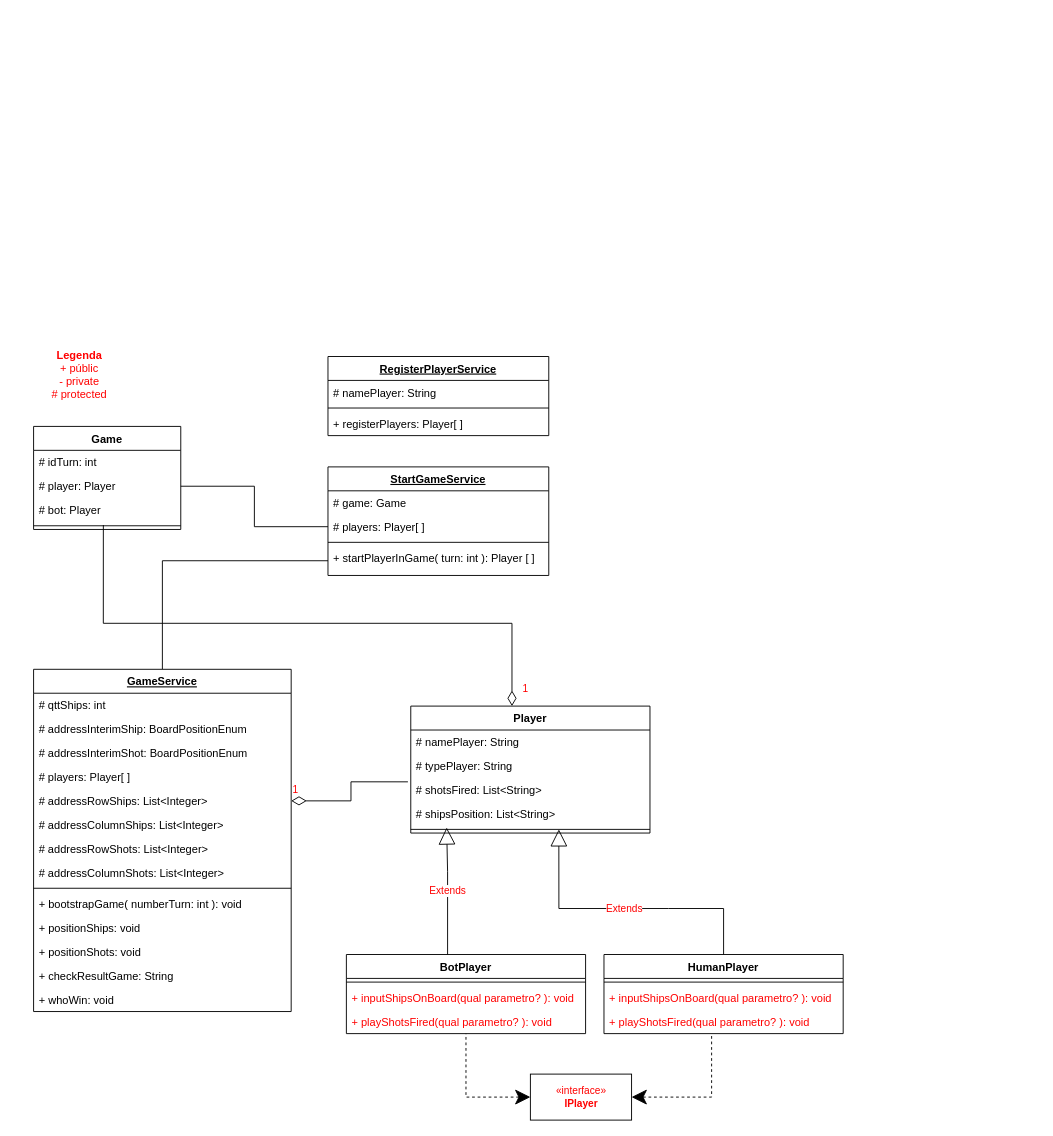
Earlier version of the draw.io diagram src/com/letscode/battleship/lib/UML.drawio (darccelio/desafioLetsCode-Java-Battleship). Source tidied: cells renumbered, new cells numbered last; positions are measured from the earlier drawing's top-left corner, leaving out a move shared by most shapes. Both pictures are drawn from the tidied source at 92%, with x=0, y=0 at pixel (24, 347).
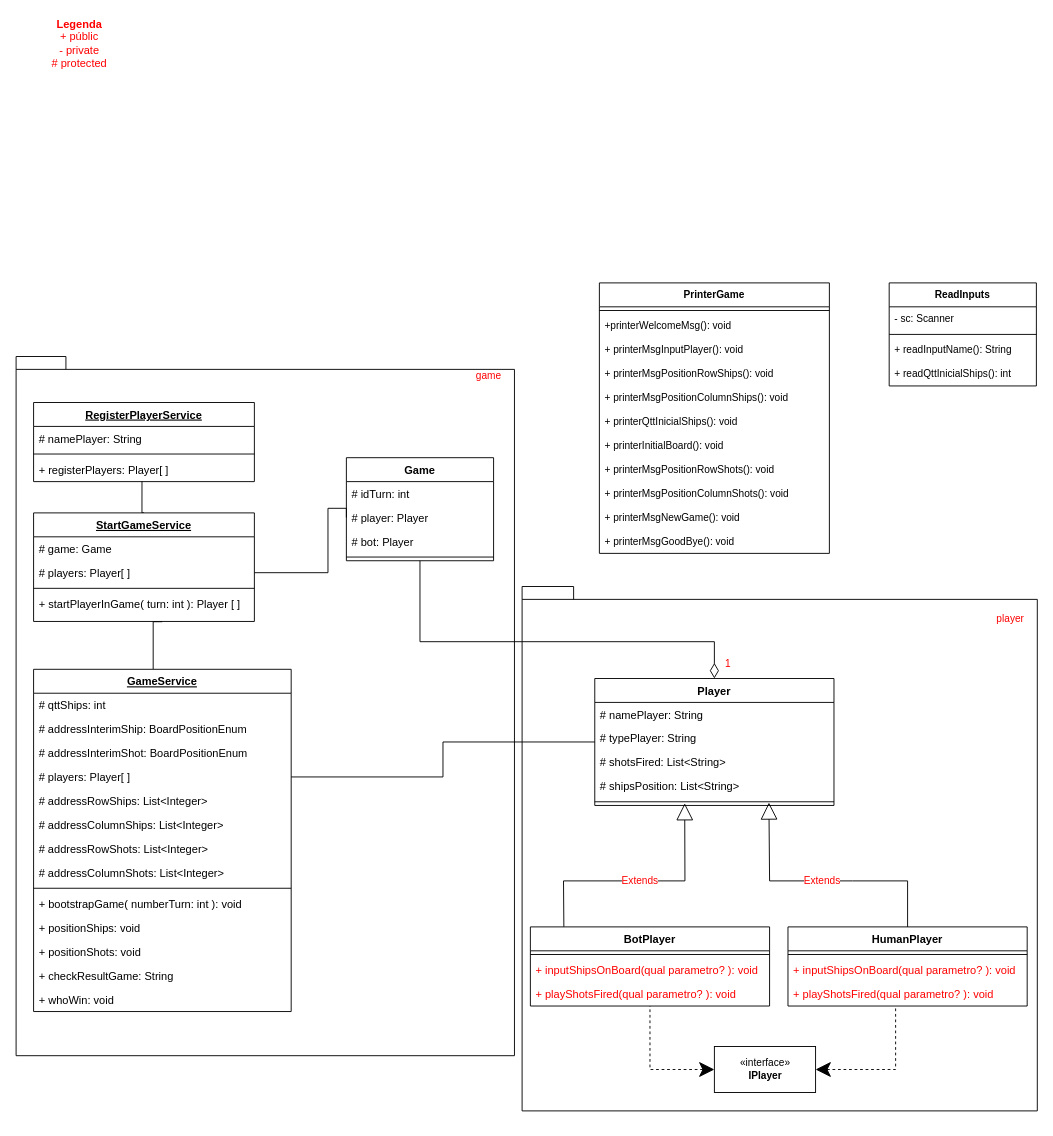
The same page after the edit.

Commit message (it also covers changes not shown here):
feat: fechando a classe scanner

The change refers to these unchanged cells:
```xml
<mxCell id="3" value="GameService" style="swimlane;fontStyle=5;align=center;verticalAlign=top;horizontal=1;startSize=26;" parent="1" vertex="1">
  <mxGeometry x="10" y="350" width="280" height="372" as="geometry" />
</mxCell>
<mxCell id="7" value="# players: Player[ ]&#10;" style="text;strokeColor=none;fillColor=none;align=left;verticalAlign=top;spacingLeft=4;spacingRight=4;overflow=hidden;points=[[0,0.5],[1,0.5]];portConstraint=eastwest;fontColor=#000000;" parent="3" vertex="1">
  <mxGeometry y="104" width="280" height="26" as="geometry" />
</mxCell>
<mxCell id="8" value="# addressRowShips: List&lt;Integer&gt;" style="text;strokeColor=none;fillColor=none;align=left;verticalAlign=top;spacingLeft=4;spacingRight=4;overflow=hidden;points=[[0,0.5],[1,0.5]];portConstraint=eastwest;" parent="3" vertex="1">
  <mxGeometry y="130" width="280" height="26" as="geometry" />
</mxCell>
<mxCell id="21" value="# player: Player" style="text;strokeColor=none;fillColor=none;align=left;verticalAlign=top;spacingLeft=4;spacingRight=4;overflow=hidden;points=[[0,0.5],[1,0.5]];portConstraint=eastwest;fontColor=#000000;" parent="19" vertex="1">
  <mxGeometry y="52" width="160" height="26" as="geometry" />
</mxCell>
<mxCell id="23" style="line;strokeWidth=1;fillColor=none;align=left;verticalAlign=middle;spacingTop=-1;spacingLeft=3;spacingRight=3;labelPosition=right;points=[];portConstraint=eastwest;fontColor=#000000;" parent="19" vertex="1">
  <mxGeometry y="104" width="160" height="8" as="geometry" />
</mxCell>
<mxCell id="30" value="# players: Player[ ]" style="text;strokeColor=none;fillColor=none;align=left;verticalAlign=top;spacingLeft=4;spacingRight=4;overflow=hidden;points=[[0,0.5],[1,0.5]];portConstraint=eastwest;fontColor=#000000;" parent="28" vertex="1">
  <mxGeometry y="52" width="240" height="26" as="geometry" />
</mxCell>
<mxCell id="32" value="+ startPlayerInGame( turn: int ): Player [ ]" style="text;strokeColor=none;fillColor=none;align=left;verticalAlign=top;spacingLeft=4;spacingRight=4;overflow=hidden;points=[[0,0.5],[1,0.5]];portConstraint=eastwest;fontColor=#000000;" parent="28" vertex="1">
  <mxGeometry y="86" width="240" height="32" as="geometry" />
</mxCell>
<mxCell id="36" value="# shotsFired: List&lt;String&gt;" style="text;strokeColor=none;fillColor=none;align=left;verticalAlign=top;spacingLeft=4;spacingRight=4;overflow=hidden;points=[[0,0.5],[1,0.5]];portConstraint=eastwest;fontColor=#000000;" parent="33" vertex="1">
  <mxGeometry y="78" width="260" height="26" as="geometry" />
</mxCell>
<mxCell id="37" value="# shipsPosition: List&lt;String&gt;" style="text;strokeColor=none;fillColor=none;align=left;verticalAlign=top;spacingLeft=4;spacingRight=4;overflow=hidden;points=[[0,0.5],[1,0.5]];portConstraint=eastwest;fontColor=#000000;" parent="33" vertex="1">
  <mxGeometry y="104" width="260" height="26" as="geometry" />
</mxCell>
<mxCell id="38" style="line;strokeWidth=1;fillColor=none;align=left;verticalAlign=middle;spacingTop=-1;spacingLeft=3;spacingRight=3;labelPosition=right;points=[];portConstraint=eastwest;fontColor=#000000;" parent="33" vertex="1">
  <mxGeometry y="130" width="260" height="8" as="geometry" />
</mxCell>
<mxCell id="42" value="+ playShotsFired(qual parametro? ): void" style="text;strokeColor=none;fillColor=none;align=left;verticalAlign=top;spacingLeft=4;spacingRight=4;overflow=hidden;points=[[0,0.5],[1,0.5]];portConstraint=eastwest;fontColor=#FF0000;" parent="39" vertex="1">
  <mxGeometry y="60" width="260" height="26" as="geometry" />
</mxCell>
```

Diff of the diagram source:
```diff
@@
+    <mxCell id="55" style="group;" parent="1" vertex="1">
+      <mxGeometry x="541" y="260" width="560" height="570" as="geometry" />
+    </mxCell>
+    <mxCell id="56" style="shape=folder;fontStyle=1;spacingTop=10;tabWidth=40;tabHeight=14;tabPosition=left;html=1;fontFamily=Helvetica;fontSize=11;fontColor=#FF0000;" parent="55" vertex="1">
+      <mxGeometry width="560" height="570" as="geometry" />
+    </mxCell>
+    <mxCell id="57" value="player" style="text;html=1;strokeColor=none;fillColor=none;align=center;verticalAlign=middle;whiteSpace=wrap;rounded=0;fontFamily=Helvetica;fontSize=11;fontColor=#FF0000;" parent="55" vertex="1">
+      <mxGeometry x="502.1" y="20" width="57.9" height="30" as="geometry" />
+    </mxCell>
+    <mxCell id="58" style="group;" parent="1" vertex="1">
+      <mxGeometry x="-9" y="10" width="560" height="760" as="geometry" />
+    </mxCell>
+    <mxCell id="59" style="shape=folder;fontStyle=1;spacingTop=10;tabWidth=40;tabHeight=14;tabPosition=left;html=1;fontFamily=Helvetica;fontSize=11;fontColor=#FF0000;" parent="58" vertex="1">
+      <mxGeometry width="541.7" height="760" as="geometry" />
+    </mxCell>
+    <mxCell id="60" value="game" style="text;html=1;strokeColor=none;fillColor=none;align=center;verticalAlign=middle;whiteSpace=wrap;rounded=0;fontFamily=Helvetica;fontSize=11;fontColor=#FF0000;" parent="58" vertex="1">
+      <mxGeometry x="479" y="10" width="70" height="22.9" as="geometry" />
+    </mxCell>
+    <mxCell id="24" value="RegisterPlayerService" style="swimlane;fontStyle=5;align=center;verticalAlign=top;horizontal=1;startSize=26;fontColor=#000000;" parent="58" vertex="1">
+      <mxGeometry x="19" y="50" width="240" height="86" as="geometry" />
+    </mxCell>
+    <mxCell id="25" value="# namePlayer: String" style="text;strokeColor=none;fillColor=none;align=left;verticalAlign=top;spacingLeft=4;spacingRight=4;overflow=hidden;fontColor=#000000;" parent="24" vertex="1">
+      <mxGeometry y="26" width="240" height="26" as="geometry" />
+    </mxCell>
+    <mxCell id="26" style="line;strokeWidth=1;fillColor=none;align=left;verticalAlign=middle;spacingTop=-1;spacingLeft=3;spacingRight=3;labelPosition=right;fontColor=#000000;" parent="24" vertex="1">
+      <mxGeometry y="52" width="240" height="8" as="geometry" />
+    </mxCell>
+    <mxCell id="27" value="+ registerPlayers: Player[ ]" style="text;strokeColor=none;fillColor=none;align=left;verticalAlign=top;spacingLeft=4;spacingRight=4;overflow=hidden;points=[[0,0.5],[1,0.5]];portConstraint=eastwest;fontColor=#000000;" parent="24" vertex="1">
+      <mxGeometry y="60" width="240" height="26" as="geometry" />
+    </mxCell>
-    <mxCell id="2" style="edgeStyle=orthogonalEdgeStyle;shape=connector;rounded=0;jumpStyle=none;jettySize=auto;html=1;labelBackgroundColor=default;fontFamily=Helvetica;fontSize=11;fontColor=#FF0000;startArrow=none;startFill=0;endArrow=none;startSize=14;endSize=12;strokeColor=default;endFill=0;" parent="1" edge="1" source="3" target="32">
-      <mxGeometry relative="1" as="geometry" />
+    <mxCell id="2" style="edgeStyle=orthogonalEdgeStyle;shape=connector;rounded=0;jumpStyle=none;jettySize=auto;html=1;labelBackgroundColor=default;fontFamily=Helvetica;fontSize=11;fontColor=#FF0000;startArrow=none;startFill=0;endArrow=none;startSize=14;endSize=12;strokeColor=default;endFill=0;entryX=0.583;entryY=1.008;entryDx=0;entryDy=0;entryPerimeter=0;" parent="1" edge="1" source="3" target="32">
+      <mxGeometry relative="1" as="geometry">
+        <Array as="points">
+          <mxPoint x="140" y="298" />
+        </Array>
+      </mxGeometry>
     </mxCell>
@@
     <mxCell id="18" value="&lt;font color=&quot;#ff0000&quot;&gt;&lt;b&gt;Legenda&lt;/b&gt;&lt;br&gt;+ públic&lt;br&gt;- private&lt;br&gt;# protected&lt;/font&gt;" style="text;html=1;strokeColor=none;fillColor=none;align=center;verticalAlign=middle;whiteSpace=wrap;rounded=0;" parent="1" vertex="1">
-      <mxGeometry width="120" height="60" as="geometry" />
+      <mxGeometry y="-360" width="120" height="60" as="geometry" />
     </mxCell>
     <mxCell id="19" value="Game" style="swimlane;fontStyle=1;align=center;verticalAlign=top;horizontal=1;startSize=26;fontColor=#000000;" parent="1" vertex="1">
-      <mxGeometry x="10" y="86" width="160" height="112" as="geometry" />
+      <mxGeometry x="350" y="120" width="160" height="112" as="geometry" />
     </mxCell>
@@
-    <mxCell id="24" value="RegisterPlayerService" style="swimlane;fontStyle=5;align=center;verticalAlign=top;horizontal=1;startSize=26;fontColor=#000000;" parent="1" vertex="1">
-      <mxGeometry x="330" y="10" width="240" height="86" as="geometry" />
-    </mxCell>
-    <mxCell id="25" value="# namePlayer: String" style="text;strokeColor=none;fillColor=none;align=left;verticalAlign=top;spacingLeft=4;spacingRight=4;overflow=hidden;fontColor=#000000;" parent="24" vertex="1">
-      <mxGeometry y="26" width="240" height="26" as="geometry" />
-    </mxCell>
-    <mxCell id="26" style="line;strokeWidth=1;fillColor=none;align=left;verticalAlign=middle;spacingTop=-1;spacingLeft=3;spacingRight=3;labelPosition=right;fontColor=#000000;" parent="24" vertex="1">
-      <mxGeometry y="52" width="240" height="8" as="geometry" />
-    </mxCell>
-    <mxCell id="27" value="+ registerPlayers: Player[ ]" style="text;strokeColor=none;fillColor=none;align=left;verticalAlign=top;spacingLeft=4;spacingRight=4;overflow=hidden;points=[[0,0.5],[1,0.5]];portConstraint=eastwest;fontColor=#000000;" parent="24" vertex="1">
-      <mxGeometry y="60" width="240" height="26" as="geometry" />
-    </mxCell>
+    <mxCell id="61" style="edgeStyle=orthogonalEdgeStyle;shape=connector;rounded=0;jumpStyle=none;jettySize=auto;html=1;exitX=0.5;exitY=0;exitDx=0;exitDy=0;entryX=0.491;entryY=0.985;entryDx=0;entryDy=0;entryPerimeter=0;labelBackgroundColor=default;fontFamily=Helvetica;fontSize=11;fontColor=#FF0000;startArrow=none;startFill=0;endArrow=none;endFill=0;startSize=14;endSize=12;strokeColor=default;" parent="1" edge="1" source="28" target="27">
+      <mxGeometry relative="1" as="geometry">
+        <Array as="points">
+          <mxPoint x="128" y="180" />
+        </Array>
+      </mxGeometry>
+    </mxCell>
     <mxCell id="28" value="StartGameService" style="swimlane;fontStyle=5;align=center;verticalAlign=top;horizontal=1;startSize=26;fontColor=#000000;" parent="1" vertex="1">
-      <mxGeometry x="330" y="130" width="240" height="118" as="geometry" />
+      <mxGeometry x="10" y="180" width="240" height="118" as="geometry" />
     </mxCell>
@@
+    <mxCell id="62" style="edgeStyle=orthogonalEdgeStyle;shape=connector;rounded=0;jumpStyle=none;jettySize=auto;html=1;entryX=1;entryY=0.5;entryDx=0;entryDy=0;labelBackgroundColor=default;fontFamily=Helvetica;fontSize=11;fontColor=#FF0000;startArrow=none;startFill=0;endArrow=none;endFill=0;startSize=14;endSize=12;strokeColor=default;" parent="1" edge="1" source="33" target="7">
+      <mxGeometry relative="1" as="geometry" />
+    </mxCell>
     <mxCell id="33" value="Player" style="swimlane;fontStyle=1;align=center;verticalAlign=top;horizontal=1;startSize=26;fontColor=#000000;" parent="1" vertex="1">
-      <mxGeometry x="420" y="390" width="260" height="138" as="geometry" />
+      <mxGeometry x="620" y="360" width="260" height="138" as="geometry" />
     </mxCell>
@@
     <mxCell id="39" value="BotPlayer" style="swimlane;fontStyle=1;align=center;verticalAlign=top;horizontal=1;startSize=26;fontColor=#000000;" parent="1" vertex="1">
-      <mxGeometry x="350" y="660" width="260" height="86" as="geometry" />
+      <mxGeometry x="550" y="630" width="260" height="86" as="geometry" />
     </mxCell>
@@
-    <mxCell id="43" value="Extends" style="endArrow=block;endSize=16;endFill=0;html=1;rounded=0;fontColor=#FF0000;entryX=0.15;entryY=1.076;entryDx=0;entryDy=0;entryPerimeter=0;" parent="1" edge="1" target="37">
+    <mxCell id="43" value="Extends" style="endArrow=block;endSize=16;endFill=0;html=1;rounded=0;fontColor=#FF0000;entryX=0.376;entryY=0.702;entryDx=0;entryDy=0;entryPerimeter=0;exitX=0.14;exitY=-0.001;exitDx=0;exitDy=0;exitPerimeter=0;" parent="1" edge="1" source="39" target="38">
       <mxGeometry relative="1" as="geometry">
-        <mxPoint x="460" y="660" as="sourcePoint" />
         <Array as="points">
-          <mxPoint x="460" y="570" />
+          <mxPoint x="586" y="580" />
+          <mxPoint x="718" y="580" />
         </Array>
       </mxGeometry>
     </mxCell>
-    <mxCell id="44" value="1" style="endArrow=none;html=1;endSize=12;startArrow=diamondThin;startSize=14;startFill=0;edgeStyle=orthogonalEdgeStyle;align=left;verticalAlign=bottom;rounded=0;fontColor=#FF0000;jumpStyle=none;entryX=0.474;entryY=0.397;entryDx=0;entryDy=0;entryPerimeter=0;endFill=0;" parent="1" edge="1" target="23">
+    <mxCell id="44" value="1" style="endArrow=none;html=1;endSize=12;startArrow=diamondThin;startSize=14;startFill=0;edgeStyle=orthogonalEdgeStyle;align=left;verticalAlign=bottom;rounded=0;fontColor=#FF0000;jumpStyle=none;endFill=0;exitX=0.5;exitY=0;exitDx=0;exitDy=0;entryX=0.5;entryY=1;entryDx=0;entryDy=0;" parent="1" edge="1" source="33" target="19">
       <mxGeometry x="-0.97" y="-10" relative="1" as="geometry">
-        <mxPoint x="530" y="390" as="sourcePoint" />
         <Array as="points">
-          <mxPoint x="530" y="300" />
-          <mxPoint x="86" y="300" />
+          <mxPoint x="750" y="320" />
+          <mxPoint x="430" y="320" />
         </Array>
       </mxGeometry>
     </mxCell>
-    <mxCell id="45" value="1" style="endArrow=none;html=1;endSize=12;startArrow=diamondThin;startSize=14;startFill=0;edgeStyle=orthogonalEdgeStyle;align=left;verticalAlign=bottom;rounded=0;labelBackgroundColor=default;fontFamily=Helvetica;fontSize=11;fontColor=#FF0000;strokeColor=default;shape=connector;jumpStyle=none;entryX=-0.012;entryY=0.166;entryDx=0;entryDy=0;entryPerimeter=0;exitX=1;exitY=0.5;exitDx=0;exitDy=0;endFill=0;" parent="1" edge="1" source="8" target="36">
-      <mxGeometry x="-1" y="3" relative="1" as="geometry" />
-    </mxCell>
     <mxCell id="46" value="HumanPlayer" style="swimlane;fontStyle=1;align=center;verticalAlign=top;horizontal=1;startSize=26;fontColor=#000000;" parent="1" vertex="1">
-      <mxGeometry x="630" y="660" width="260" height="86" as="geometry" />
+      <mxGeometry x="830" y="630" width="260" height="86" as="geometry" />
     </mxCell>
@@
-    <mxCell id="50" value="Extends" style="endArrow=block;endSize=16;endFill=0;html=1;rounded=0;labelBackgroundColor=default;fontFamily=Helvetica;fontSize=11;fontColor=#FF0000;strokeColor=default;shape=connector;jumpStyle=none;entryX=0.619;entryY=0.5;entryDx=0;entryDy=0;entryPerimeter=0;exitX=0.5;exitY=0;exitDx=0;exitDy=0;" parent="1" edge="1" source="46" target="38">
+    <mxCell id="50" value="Extends" style="endArrow=block;endSize=16;endFill=0;html=1;rounded=0;labelBackgroundColor=default;fontFamily=Helvetica;fontSize=11;fontColor=#FF0000;strokeColor=default;shape=connector;jumpStyle=none;entryX=0.728;entryY=0.604;entryDx=0;entryDy=0;entryPerimeter=0;exitX=0.5;exitY=0;exitDx=0;exitDy=0;" parent="1" edge="1" source="46" target="38">
       <mxGeometry relative="1" as="geometry">
         <Array as="points">
-          <mxPoint x="760" y="610" />
-          <mxPoint x="700" y="610" />
-          <mxPoint x="581" y="610" />
+          <mxPoint x="960" y="580" />
+          <mxPoint x="900" y="580" />
+          <mxPoint x="810" y="580" />
         </Array>
       </mxGeometry>
     </mxCell>
     <mxCell id="51" style="edgeStyle=orthogonalEdgeStyle;shape=connector;rounded=0;jumpStyle=none;jettySize=auto;html=1;labelBackgroundColor=default;fontFamily=Helvetica;fontSize=11;fontColor=#FF0000;startArrow=classic;startFill=1;endArrow=none;startSize=14;endSize=12;strokeColor=default;dashed=1;endFill=0;" parent="1" edge="1" source="53" target="42">
       <mxGeometry relative="1" as="geometry">
         <Array as="points">
-          <mxPoint x="480" y="815" />
+          <mxPoint x="680" y="785" />
         </Array>
       </mxGeometry>
     </mxCell>
@@
-    <mxCell id="53" value="«interface»&lt;br&gt;&lt;b&gt;IPlayer&lt;/b&gt;" style="html=1;fontFamily=Helvetica;fontSize=11;fontColor=#FF0000;" parent="1" vertex="1">
-      <mxGeometry x="550" y="790" width="110" height="50" as="geometry" />
+    <mxCell id="53" value="«interface»&lt;br&gt;&lt;b&gt;IPlayer&lt;/b&gt;" style="html=1;fontFamily=Helvetica;fontSize=11;fontColor=#000000;" parent="1" vertex="1">
+      <mxGeometry x="750" y="760" width="110" height="50" as="geometry" />
     </mxCell>
-    <mxCell id="54" style="edgeStyle=orthogonalEdgeStyle;shape=connector;rounded=0;jumpStyle=none;jettySize=auto;html=1;entryX=0;entryY=0.5;entryDx=0;entryDy=0;labelBackgroundColor=default;fontFamily=Helvetica;fontSize=11;fontColor=#FF0000;startArrow=none;startFill=0;endArrow=none;endFill=0;startSize=14;endSize=12;strokeColor=default;" parent="1" edge="1" source="21" target="30">
-      <mxGeometry relative="1" as="geometry" />
+    <mxCell id="54" style="edgeStyle=orthogonalEdgeStyle;shape=connector;rounded=0;jumpStyle=none;jettySize=auto;html=1;labelBackgroundColor=default;fontFamily=Helvetica;fontSize=11;fontColor=#FF0000;startArrow=none;startFill=0;endArrow=none;endFill=0;startSize=14;endSize=12;strokeColor=default;exitX=0;exitY=0.5;exitDx=0;exitDy=0;" parent="1" edge="1" source="21">
+      <mxGeometry relative="1" as="geometry">
+        <mxPoint x="250" y="245" as="targetPoint" />
+        <Array as="points">
+          <mxPoint x="330" y="175" />
+          <mxPoint x="330" y="245" />
+        </Array>
+      </mxGeometry>
     </mxCell>
+    <mxCell id="63" value="PrinterGame" style="swimlane;fontStyle=1;align=center;verticalAlign=top;horizontal=1;startSize=26;fontFamily=Helvetica;fontSize=11;fontColor=#000000;" parent="1" vertex="1">
+      <mxGeometry x="625" y="-70" width="250" height="294" as="geometry" />
+    </mxCell>
+    <mxCell id="64" style="line;strokeWidth=1;fillColor=none;align=left;verticalAlign=middle;spacingTop=-1;spacingLeft=3;spacingRight=3;labelPosition=right;fontFamily=Helvetica;fontSize=11;fontColor=#FF0000;" parent="63" vertex="1">
+      <mxGeometry y="26" width="250" height="8" as="geometry" />
+    </mxCell>
+    <mxCell id="65" value="+printerWelcomeMsg(): void" style="text;strokeColor=none;fillColor=none;align=left;verticalAlign=top;spacingLeft=4;spacingRight=4;overflow=hidden;fontFamily=Helvetica;fontSize=11;fontColor=#000000;" parent="63" vertex="1">
+      <mxGeometry y="34" width="250" height="26" as="geometry" />
+    </mxCell>
+    <mxCell id="66" value="+ printerMsgInputPlayer(): void" style="text;strokeColor=none;fillColor=none;align=left;verticalAlign=top;spacingLeft=4;spacingRight=4;overflow=hidden;fontFamily=Helvetica;fontSize=11;fontColor=#000000;" parent="63" vertex="1">
+      <mxGeometry y="60" width="250" height="26" as="geometry" />
+    </mxCell>
+    <mxCell id="67" value="+ printerMsgPositionRowShips(): void" style="text;strokeColor=none;fillColor=none;align=left;verticalAlign=top;spacingLeft=4;spacingRight=4;overflow=hidden;fontFamily=Helvetica;fontSize=11;fontColor=#000000;" parent="63" vertex="1">
+      <mxGeometry y="86" width="250" height="26" as="geometry" />
+    </mxCell>
+    <mxCell id="68" value="+ printerMsgPositionColumnShips(): void" style="text;strokeColor=none;fillColor=none;align=left;verticalAlign=top;spacingLeft=4;spacingRight=4;overflow=hidden;fontFamily=Helvetica;fontSize=11;fontColor=#000000;" parent="63" vertex="1">
+      <mxGeometry y="112" width="250" height="26" as="geometry" />
+    </mxCell>
+    <mxCell id="69" value="+ printerQttInicialShips(): void" style="text;strokeColor=none;fillColor=none;align=left;verticalAlign=top;spacingLeft=4;spacingRight=4;overflow=hidden;fontFamily=Helvetica;fontSize=11;fontColor=#000000;" parent="63" vertex="1">
+      <mxGeometry y="138" width="250" height="26" as="geometry" />
+    </mxCell>
+    <mxCell id="70" value="+ printerInitialBoard(): void" style="text;strokeColor=none;fillColor=none;align=left;verticalAlign=top;spacingLeft=4;spacingRight=4;overflow=hidden;fontFamily=Helvetica;fontSize=11;fontColor=#000000;" parent="63" vertex="1">
+      <mxGeometry y="164" width="250" height="26" as="geometry" />
+    </mxCell>
+    <mxCell id="71" value="+ printerMsgPositionRowShots(): void" style="text;strokeColor=none;fillColor=none;align=left;verticalAlign=top;spacingLeft=4;spacingRight=4;overflow=hidden;fontFamily=Helvetica;fontSize=11;fontColor=#000000;" parent="63" vertex="1">
+      <mxGeometry y="190" width="250" height="26" as="geometry" />
+    </mxCell>
+    <mxCell id="72" value="+ printerMsgPositionColumnShots(): void" style="text;strokeColor=none;fillColor=none;align=left;verticalAlign=top;spacingLeft=4;spacingRight=4;overflow=hidden;fontFamily=Helvetica;fontSize=11;fontColor=#000000;" parent="63" vertex="1">
+      <mxGeometry y="216" width="250" height="26" as="geometry" />
+    </mxCell>
+    <mxCell id="73" value="+ printerMsgNewGame(): void" style="text;strokeColor=none;fillColor=none;align=left;verticalAlign=top;spacingLeft=4;spacingRight=4;overflow=hidden;fontFamily=Helvetica;fontSize=11;fontColor=#000000;" parent="63" vertex="1">
+      <mxGeometry y="242" width="250" height="26" as="geometry" />
+    </mxCell>
+    <mxCell id="74" value="+ printerMsgGoodBye(): void" style="text;strokeColor=none;fillColor=none;align=left;verticalAlign=top;spacingLeft=4;spacingRight=4;overflow=hidden;fontFamily=Helvetica;fontSize=11;fontColor=#000000;" parent="63" vertex="1">
+      <mxGeometry y="268" width="250" height="26" as="geometry" />
+    </mxCell>
+    <mxCell id="75" value="ReadInputs" style="swimlane;fontStyle=1;align=center;verticalAlign=top;horizontal=1;startSize=26;fontFamily=Helvetica;fontSize=11;fontColor=#000000;" parent="1" vertex="1">
+      <mxGeometry x="940" y="-70" width="160" height="112" as="geometry" />
+    </mxCell>
+    <mxCell id="76" value="- sc: Scanner" style="text;strokeColor=none;fillColor=none;align=left;verticalAlign=top;spacingLeft=4;spacingRight=4;overflow=hidden;fontFamily=Helvetica;fontSize=11;fontColor=#000000;" parent="75" vertex="1">
+      <mxGeometry y="26" width="160" height="26" as="geometry" />
+    </mxCell>
+    <mxCell id="77" style="line;strokeWidth=1;fillColor=none;align=left;verticalAlign=middle;spacingTop=-1;spacingLeft=3;spacingRight=3;labelPosition=right;fontFamily=Helvetica;fontSize=11;fontColor=#000000;" parent="75" vertex="1">
+      <mxGeometry y="52" width="160" height="8" as="geometry" />
+    </mxCell>
+    <mxCell id="78" value="+ readInputName(): String" style="text;strokeColor=none;fillColor=none;align=left;verticalAlign=top;spacingLeft=4;spacingRight=4;overflow=hidden;fontFamily=Helvetica;fontSize=11;fontColor=#000000;" parent="75" vertex="1">
+      <mxGeometry y="60" width="160" height="26" as="geometry" />
+    </mxCell>
+    <mxCell id="79" value="+ readQttInicialShips(): int" style="text;strokeColor=none;fillColor=none;align=left;verticalAlign=top;spacingLeft=4;spacingRight=4;overflow=hidden;fontFamily=Helvetica;fontSize=11;fontColor=#000000;" parent="75" vertex="1">
+      <mxGeometry y="86" width="160" height="26" as="geometry" />
+    </mxCell>
```
